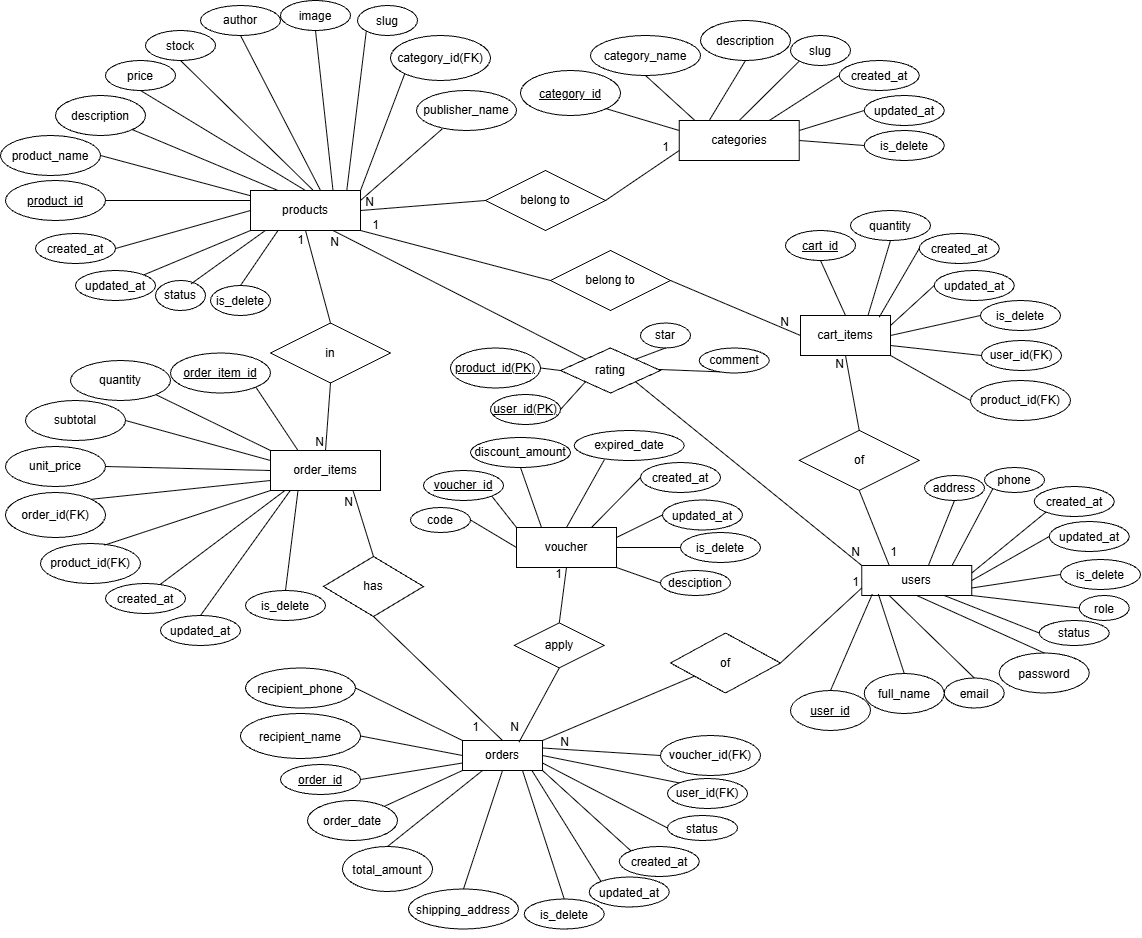
Earlier version of the draw.io export Database/erd_final_v2.png (ngoctramcam/ECommerce-Project). Source tidied: cells renumbered, new cells last; positions are measured from the earlier drawing's top-left corner, leaving out a move shared by most shapes.
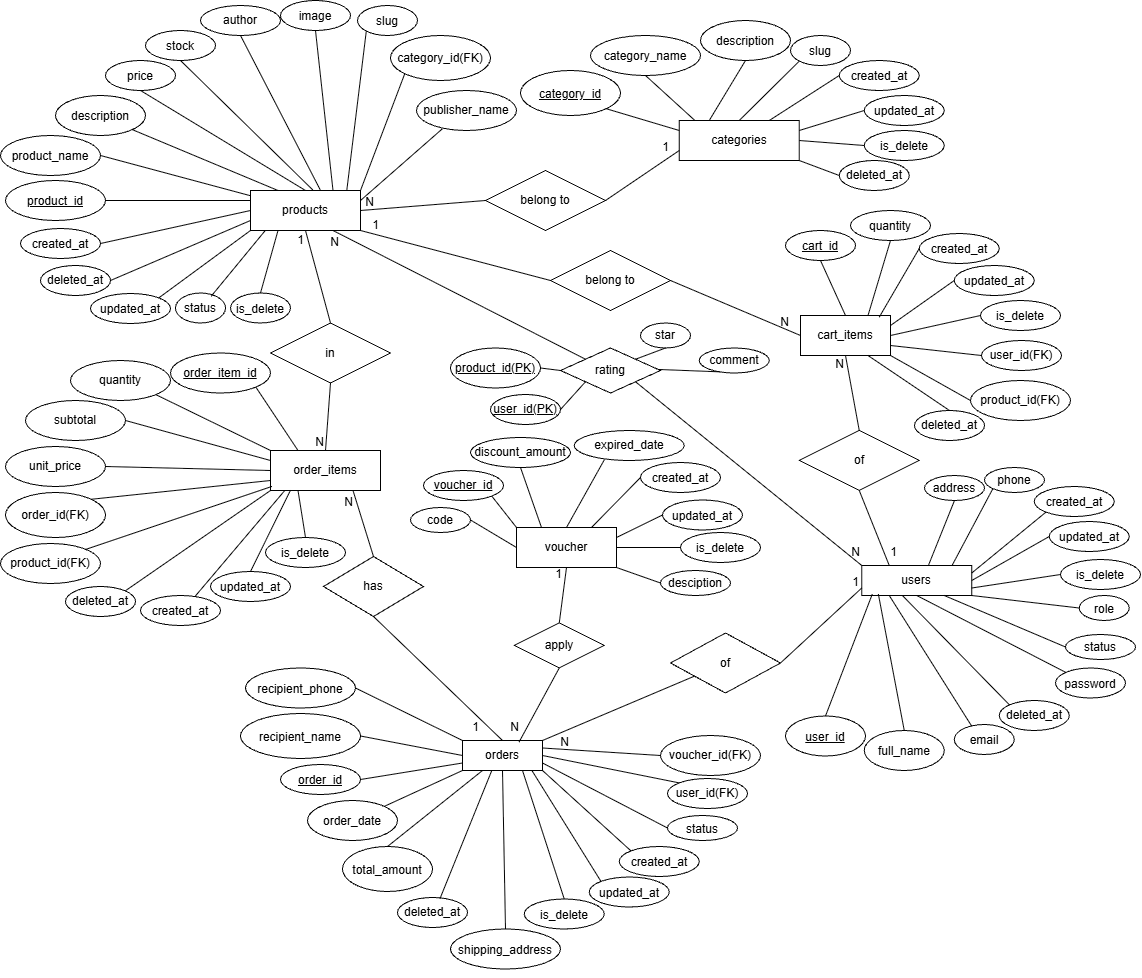
The same file after the commit.

Commit message:
docs: Cap nhat erd

Change to the diagram source:
```diff
@@ -24,13 +24,13 @@
       <mxGeometry x="280" width="70" height="30" as="geometry" />
     </mxCell>
     <mxCell id="9" value="created_at" style="ellipse;whiteSpace=wrap;html=1;shapeInside=1;" parent="1" vertex="1">
-      <mxGeometry x="35" y="233" width="80" height="30" as="geometry" />
+      <mxGeometry x="20" y="228" width="80" height="30" as="geometry" />
     </mxCell>
     <mxCell id="10" value="updated_at" style="ellipse;whiteSpace=wrap;html=1;shapeInside=1;" parent="1" vertex="1">
-      <mxGeometry x="75" y="270" width="80" height="30" as="geometry" />
+      <mxGeometry x="90" y="293" width="80" height="30" as="geometry" />
     </mxCell>
     <mxCell id="11" value="is_delete" style="ellipse;whiteSpace=wrap;html=1;shapeInside=1;" parent="1" vertex="1">
-      <mxGeometry x="210" y="285" width="60" height="30" as="geometry" />
+      <mxGeometry x="230" y="292.5" width="60" height="30" as="geometry" />
     </mxCell>
     <mxCell id="12" style="endArrow=none;html=1;rounded=0;defaultLabelBackgroundColor=page;entryX=1;entryY=0.5;entryDx=0;entryDy=0;exitX=0;exitY=0.25;exitDx=0;exitDy=0;" parent="1" edge="1" source="2" target="3">
       <mxGeometry relative="1" as="geometry" />
@@ -114,16 +114,16 @@
       <mxGeometry x="861.2" y="565" width="110" height="30" as="geometry" />
     </mxCell>
     <mxCell id="39" value="&lt;u&gt;user_id&lt;/u&gt;" style="ellipse;whiteSpace=wrap;html=1;shapeInside=1;" parent="1" vertex="1">
-      <mxGeometry x="790" y="690" width="80" height="40" as="geometry" />
+      <mxGeometry x="785" y="715.5" width="80" height="40" as="geometry" />
     </mxCell>
     <mxCell id="40" value="full_name" style="ellipse;whiteSpace=wrap;html=1;shapeInside=1;" parent="1" vertex="1">
-      <mxGeometry x="863.8" y="673" width="80" height="40" as="geometry" />
+      <mxGeometry x="863.8" y="730" width="80" height="40" as="geometry" />
     </mxCell>
     <mxCell id="41" value="password" style="ellipse;whiteSpace=wrap;html=1;shapeInside=1;" parent="1" vertex="1">
-      <mxGeometry x="998.8" y="652.5" width="90" height="40" as="geometry" />
+      <mxGeometry x="1055" y="667.5" width="70" height="30" as="geometry" />
     </mxCell>
     <mxCell id="42" value="email" style="ellipse;whiteSpace=wrap;html=1;shapeInside=1;" parent="1" vertex="1">
-      <mxGeometry x="943.8" y="677.5" width="60" height="30" as="geometry" />
+      <mxGeometry x="953.8" y="724" width="60" height="30" as="geometry" />
     </mxCell>
     <mxCell id="43" value="role" style="ellipse;whiteSpace=wrap;html=1;shapeInside=1;" parent="1" vertex="1">
       <mxGeometry x="1078.8" y="595" width="50" height="25" as="geometry" />
@@ -143,10 +143,10 @@
     <mxCell id="48" style="endArrow=none;html=1;rounded=0;defaultLabelBackgroundColor=page;entryX=0.5;entryY=0;entryDx=0;entryDy=0;exitX=0.151;exitY=0.953;exitDx=0;exitDy=0;exitPerimeter=0;" parent="1" edge="1" source="38" target="40">
       <mxGeometry relative="1" as="geometry" />
     </mxCell>
-    <mxCell id="49" style="endArrow=none;html=1;rounded=0;defaultLabelBackgroundColor=page;entryX=0.5;entryY=0;entryDx=0;entryDy=0;exitX=0.25;exitY=1;exitDx=0;exitDy=0;" parent="1" edge="1" source="38" target="42">
+    <mxCell id="49" style="endArrow=none;html=1;rounded=0;defaultLabelBackgroundColor=page;entryX=0.293;entryY=0.062;entryDx=0;entryDy=0;exitX=0.25;exitY=1;exitDx=0;exitDy=0;entryPerimeter=0;" parent="1" edge="1" source="38" target="42">
       <mxGeometry relative="1" as="geometry" />
     </mxCell>
-    <mxCell id="50" style="endArrow=none;html=1;rounded=0;defaultLabelBackgroundColor=page;entryX=0.5;entryY=1;entryDx=0;entryDy=0;exitX=0.5;exitY=0;exitDx=0;exitDy=0;" parent="1" edge="1" source="41" target="38">
+    <mxCell id="50" style="endArrow=none;html=1;rounded=0;defaultLabelBackgroundColor=page;entryX=0.5;entryY=1;entryDx=0;entryDy=0;exitX=0;exitY=0;exitDx=0;exitDy=0;" parent="1" edge="1" source="41" target="38">
       <mxGeometry relative="1" as="geometry" />
     </mxCell>
     <mxCell id="51" style="endArrow=none;html=1;rounded=0;defaultLabelBackgroundColor=page;entryX=1;entryY=1;entryDx=0;entryDy=0;exitX=0;exitY=0.5;exitDx=0;exitDy=0;" parent="1" edge="1" source="43" target="38">
@@ -174,7 +174,7 @@
       <mxGeometry x="918.8" y="233" width="80" height="30" as="geometry" />
     </mxCell>
     <mxCell id="59" value="updated_at" style="ellipse;whiteSpace=wrap;html=1;shapeInside=1;" parent="1" vertex="1">
-      <mxGeometry x="933.8" y="270" width="80" height="30" as="geometry" />
+      <mxGeometry x="953.8" y="265" width="80" height="30" as="geometry" />
     </mxCell>
     <mxCell id="60" value="is_delete" style="ellipse;whiteSpace=wrap;html=1;shapeInside=1;" parent="1" vertex="1">
       <mxGeometry x="980" y="300" width="80" height="30" as="geometry" />
@@ -207,7 +207,7 @@
       <mxGeometry x="342" y="846" width="90" height="45" as="geometry" />
     </mxCell>
     <mxCell id="70" value="shipping_address" style="ellipse;whiteSpace=wrap;html=1;shapeInside=1;" parent="1" vertex="1">
-      <mxGeometry x="408" y="888.5" width="110" height="40" as="geometry" />
+      <mxGeometry x="450" y="928.5" width="110" height="40" as="geometry" />
     </mxCell>
     <mxCell id="71" value="recipient_name" style="ellipse;whiteSpace=wrap;html=1;shapeInside=1;" parent="1" vertex="1">
       <mxGeometry x="240" y="713" width="120" height="45" as="geometry" />
@@ -301,7 +301,7 @@
       <mxGeometry x="5" y="492" width="100" height="45" as="geometry" />
     </mxCell>
     <mxCell id="100" value="product_id(FK)" style="ellipse;whiteSpace=wrap;html=1;align=center;" parent="1" vertex="1">
-      <mxGeometry x="40" y="543" width="100" height="40" as="geometry" />
+      <mxGeometry y="543" width="100" height="40" as="geometry" />
     </mxCell>
     <mxCell id="101" style="endArrow=none;html=1;rounded=0;defaultLabelBackgroundColor=page;exitX=0.25;exitY=0;exitDx=0;exitDy=0;entryX=1;entryY=1;entryDx=0;entryDy=0;" parent="1" edge="1" source="87" target="88">
       <mxGeometry relative="1" as="geometry" />
@@ -318,7 +318,7 @@
     <mxCell id="105" style="endArrow=none;html=1;rounded=0;defaultLabelBackgroundColor=page;exitX=1;exitY=0;exitDx=0;exitDy=0;entryX=0;entryY=0.75;entryDx=0;entryDy=0;" parent="1" edge="1" source="99" target="87">
       <mxGeometry relative="1" as="geometry" />
     </mxCell>
-    <mxCell id="106" style="endArrow=none;html=1;rounded=0;defaultLabelBackgroundColor=page;exitX=0.641;exitY=0.04;exitDx=0;exitDy=0;entryX=0;entryY=1;entryDx=0;entryDy=0;exitPerimeter=0;" parent="1" edge="1" source="100" target="87">
+    <mxCell id="106" style="endArrow=none;html=1;rounded=0;defaultLabelBackgroundColor=page;exitX=1;exitY=0;exitDx=0;exitDy=0;entryX=0.013;entryY=0.898;entryDx=0;entryDy=0;entryPerimeter=0;" parent="1" edge="1" source="100" target="87">
       <mxGeometry relative="1" as="geometry" />
     </mxCell>
     <mxCell id="107" value="in" style="shape=rhombus;perimeter=rhombusPerimeter;whiteSpace=wrap;html=1;align=center;" parent="1" vertex="1">
@@ -537,10 +537,10 @@
       <mxGeometry relative="1" as="geometry" />
     </mxCell>
     <mxCell id="170" value="created_at" style="ellipse;whiteSpace=wrap;html=1;shapeInside=1;" parent="1" vertex="1">
-      <mxGeometry x="105" y="583" width="80" height="30" as="geometry" />
+      <mxGeometry x="140" y="595" width="80" height="30" as="geometry" />
     </mxCell>
     <mxCell id="171" value="is_delete" style="ellipse;whiteSpace=wrap;html=1;shapeInside=1;" parent="1" vertex="1">
-      <mxGeometry x="245" y="590" width="80" height="30" as="geometry" />
+      <mxGeometry x="265" y="537" width="80" height="30" as="geometry" />
     </mxCell>
     <mxCell id="172" style="endArrow=none;html=1;rounded=0;defaultLabelBackgroundColor=page;exitX=0.678;exitY=0.042;exitDx=0;exitDy=0;exitPerimeter=0;entryX=0.127;entryY=1.009;entryDx=0;entryDy=0;entryPerimeter=0;" parent="1" edge="1" source="170" target="87">
       <mxGeometry relative="1" as="geometry" />
@@ -579,7 +579,7 @@
       <mxGeometry relative="1" as="geometry" />
     </mxCell>
     <mxCell id="184" value="status" style="ellipse;whiteSpace=wrap;html=1;align=center;" parent="1" vertex="1">
-      <mxGeometry x="1038.8" y="620" width="70" height="25" as="geometry" />
+      <mxGeometry x="1065" y="634" width="70" height="25" as="geometry" />
     </mxCell>
     <mxCell id="185" style="endArrow=none;html=1;rounded=0;defaultLabelBackgroundColor=page;labelPadding=0 4;exitX=0.75;exitY=1;exitDx=0;exitDy=0;entryX=0;entryY=0.5;entryDx=0;entryDy=0;" parent="1" edge="1" source="38" target="184">
       <mxGeometry relative="1" as="geometry" />
@@ -597,16 +597,58 @@
       <mxGeometry relative="1" as="geometry" />
     </mxCell>
     <mxCell id="190" value="updated_at" style="ellipse;whiteSpace=wrap;html=1;shapeInside=1;" parent="1" vertex="1">
-      <mxGeometry x="160" y="615" width="80" height="30" as="geometry" />
+      <mxGeometry x="210" y="571" width="80" height="30" as="geometry" />
     </mxCell>
     <mxCell id="191" style="endArrow=none;html=1;rounded=0;defaultLabelBackgroundColor=page;labelPadding=0 4;exitX=0.5;exitY=0;exitDx=0;exitDy=0;entryX=0.182;entryY=0.991;entryDx=0;entryDy=0;entryPerimeter=0;" parent="1" edge="1" source="190" target="87">
       <mxGeometry relative="1" as="geometry" />
     </mxCell>
     <mxCell id="192" value="status" style="ellipse;whiteSpace=wrap;html=1;align=center;" parent="1" vertex="1">
-      <mxGeometry x="155" y="280" width="50" height="30" as="geometry" />
+      <mxGeometry x="175" y="292.5" width="50" height="30" as="geometry" />
     </mxCell>
     <mxCell id="193" style="endArrow=none;html=1;rounded=0;defaultLabelBackgroundColor=page;labelPadding=0 4;exitX=0.713;exitY=0.109;exitDx=0;exitDy=0;exitPerimeter=0;entryX=0.133;entryY=1.004;entryDx=0;entryDy=0;entryPerimeter=0;" parent="1" edge="1" source="192" target="2">
       <mxGeometry relative="1" as="geometry" />
     </mxCell>
+    <mxCell id="194" value="deleted_at" style="ellipse;whiteSpace=wrap;html=1;align=center;" parent="1" vertex="1">
+      <mxGeometry x="40" y="265" width="70" height="30" as="geometry" />
+    </mxCell>
+    <mxCell id="195" value="deleted_at" style="ellipse;whiteSpace=wrap;html=1;align=center;" parent="1" vertex="1">
+      <mxGeometry x="65" y="586" width="70" height="30" as="geometry" />
+    </mxCell>
+    <mxCell id="196" style="endArrow=none;html=1;rounded=0;defaultLabelBackgroundColor=page;labelPadding=0 4;exitX=1;exitY=0.5;exitDx=0;exitDy=0;entryX=0;entryY=0.75;entryDx=0;entryDy=0;" parent="1" edge="1" source="194" target="2">
+      <mxGeometry relative="1" as="geometry" />
+    </mxCell>
+    <mxCell id="197" style="edgeStyle=orthogonalEdgeStyle;shape=filledEdge;rounded=0;orthogonalLoop=1;jettySize=auto;html=1;innerLoopWaypoints=1;exitX=0.5;exitY=1;exitDx=0;exitDy=0;defaultLabelBackgroundColor=page;labelPadding=0 4;" parent="1" edge="1" source="100" target="100">
+      <mxGeometry relative="1" as="geometry" />
+    </mxCell>
+    <mxCell id="198" style="endArrow=none;html=1;rounded=0;defaultLabelBackgroundColor=page;labelPadding=0 4;exitX=1;exitY=0;exitDx=0;exitDy=0;entryX=0;entryY=1;entryDx=0;entryDy=0;" parent="1" edge="1" source="195" target="87">
+      <mxGeometry relative="1" as="geometry" />
+    </mxCell>
+    <mxCell id="199" value="deleted_at" style="ellipse;whiteSpace=wrap;html=1;align=center;" parent="1" vertex="1">
+      <mxGeometry x="397" y="897" width="70" height="30" as="geometry" />
+    </mxCell>
+    <mxCell id="200" style="endArrow=none;html=1;rounded=0;defaultLabelBackgroundColor=page;labelPadding=0 4;exitX=0.609;exitY=0.025;exitDx=0;exitDy=0;exitPerimeter=0;entryX=0.364;entryY=1.014;entryDx=0;entryDy=0;entryPerimeter=0;" parent="1" edge="1" source="199" target="66">
+      <mxGeometry relative="1" as="geometry" />
+    </mxCell>
+    <mxCell id="201" value="deleted_at" style="ellipse;whiteSpace=wrap;html=1;align=center;" parent="1" vertex="1">
+      <mxGeometry x="998.8" y="700" width="70" height="30" as="geometry" />
+    </mxCell>
+    <mxCell id="202" style="edgeStyle=orthogonalEdgeStyle;shape=filledEdge;rounded=0;orthogonalLoop=1;jettySize=auto;html=1;innerLoopWaypoints=1;exitX=0.5;exitY=1;exitDx=0;exitDy=0;defaultLabelBackgroundColor=page;labelPadding=0 4;" parent="1" edge="1" source="42" target="42">
+      <mxGeometry relative="1" as="geometry" />
+    </mxCell>
+    <mxCell id="203" style="endArrow=none;html=1;rounded=0;defaultLabelBackgroundColor=page;labelPadding=0 4;exitX=0.369;exitY=0.998;exitDx=0;exitDy=0;exitPerimeter=0;entryX=0;entryY=0;entryDx=0;entryDy=0;" parent="1" edge="1" source="38" target="201">
+      <mxGeometry relative="1" as="geometry" />
+    </mxCell>
+    <mxCell id="204" value="deleted_at" style="ellipse;whiteSpace=wrap;html=1;align=center;" parent="1" vertex="1">
+      <mxGeometry x="914" y="410" width="70" height="30" as="geometry" />
+    </mxCell>
+    <mxCell id="205" style="endArrow=none;html=1;rounded=0;defaultLabelBackgroundColor=page;labelPadding=0 4;exitX=0.75;exitY=1;exitDx=0;exitDy=0;entryX=0.5;entryY=0;entryDx=0;entryDy=0;" parent="1" edge="1" source="55" target="204">
+      <mxGeometry relative="1" as="geometry" />
+    </mxCell>
+    <mxCell id="206" value="deleted_at" style="ellipse;whiteSpace=wrap;html=1;align=center;" parent="1" vertex="1">
+      <mxGeometry x="838.8" y="160" width="70" height="30" as="geometry" />
+    </mxCell>
+    <mxCell id="207" style="endArrow=none;html=1;rounded=0;defaultLabelBackgroundColor=page;labelPadding=0 4;exitX=1;exitY=1;exitDx=0;exitDy=0;entryX=0;entryY=0.5;entryDx=0;entryDy=0;" parent="1" edge="1" source="21" target="206">
+      <mxGeometry relative="1" as="geometry" />
+    </mxCell>
   </root>
 </mxGraphModel>
```
